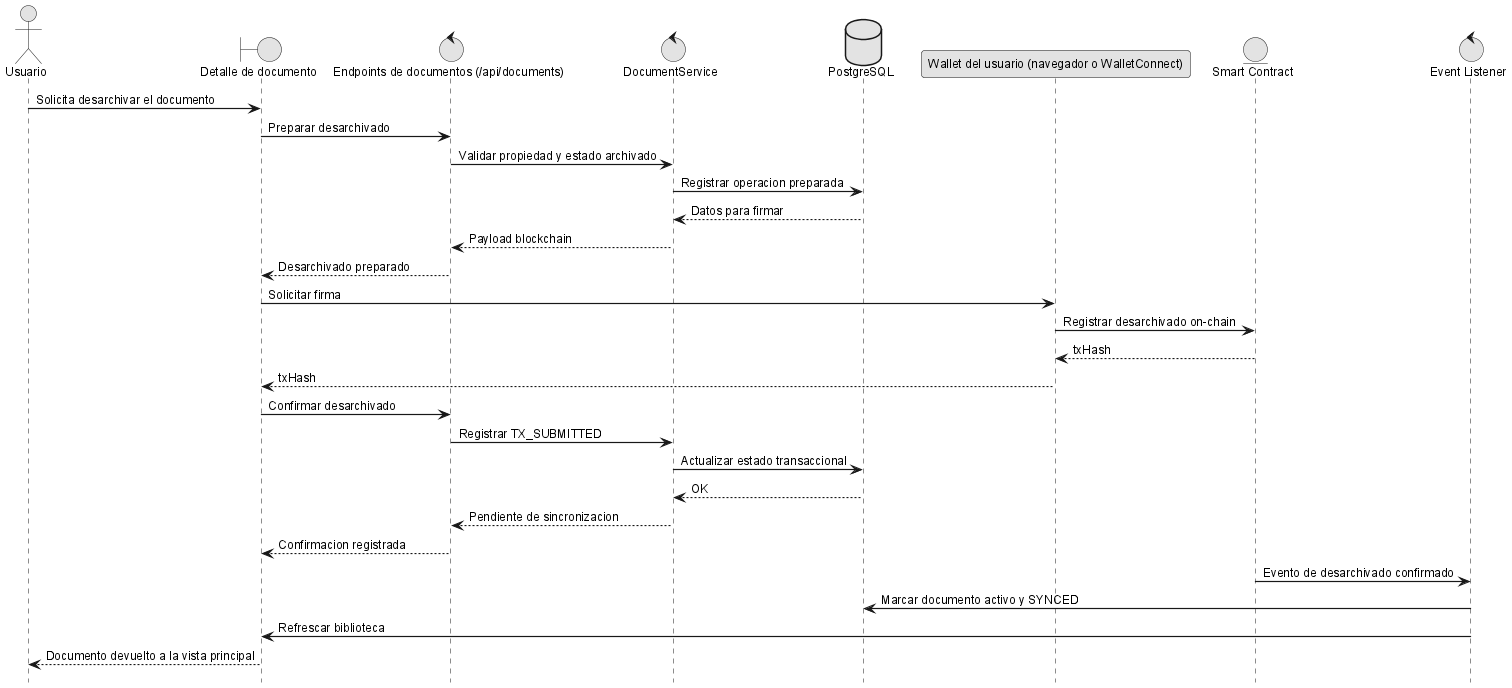
Before: anexos/diagramas/seq-unarchive.png, a diagram exported from PlantUML (ErDeivih/DocumentChain).
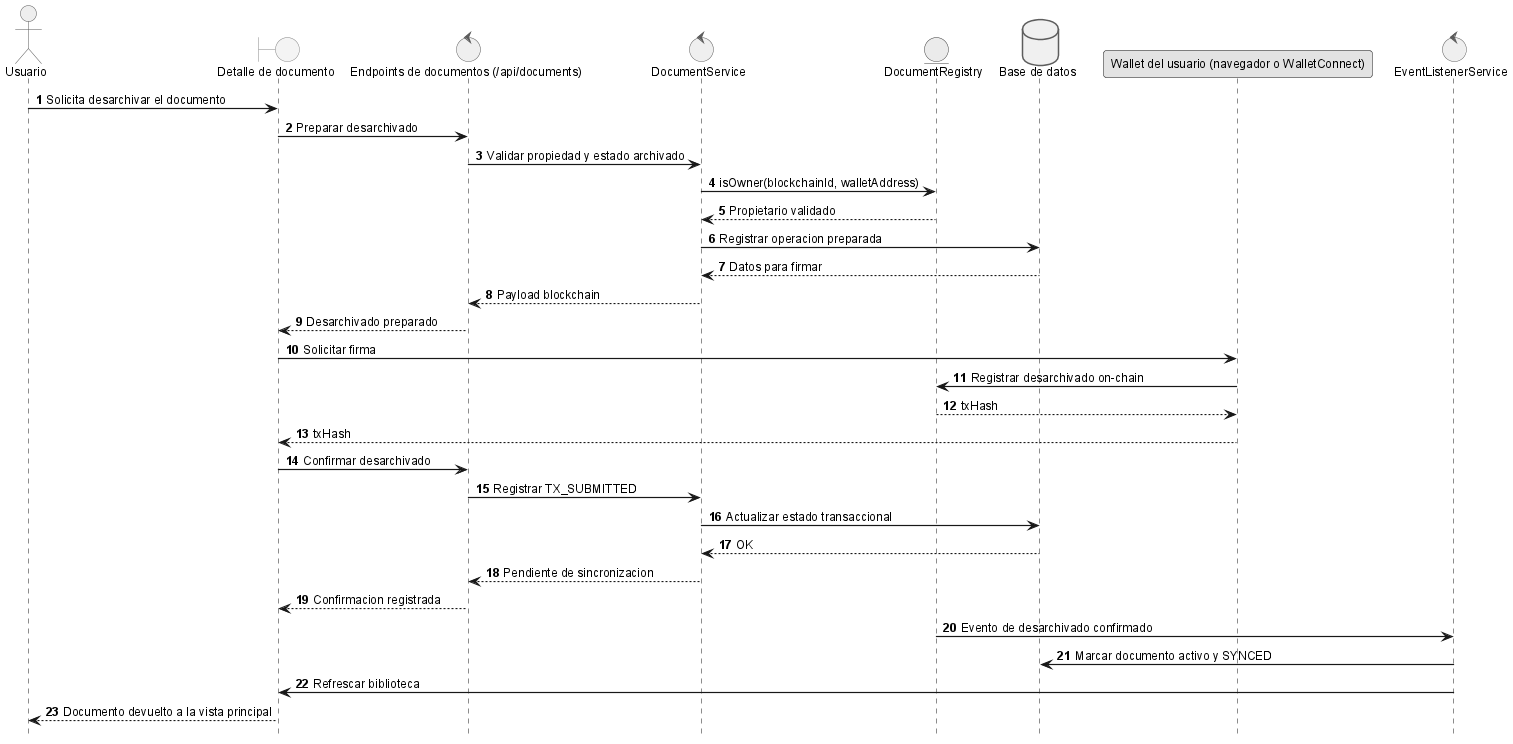
The same file after the commit.

Change to the diagram source:
```diff
@@ -4,14 +4,16 @@
 boundary "Detalle de documento" as ui
 control "Endpoints de documentos (/api/documents)" as api
 control "DocumentService" as srv
-database "PostgreSQL" as db
+entity "DocumentRegistry" as sc
+database "Base de datos" as db
 participant "Wallet del usuario (navegador o WalletConnect)" as wallet
-entity "Smart Contract" as sc
-control "Event Listener" as listener
+control "EventListenerService" as listener
 
 user -> ui: Solicita desarchivar el documento
 ui -> api: Preparar desarchivado
 api -> srv: Validar propiedad y estado archivado
+srv -> sc: isOwner(blockchainId, walletAddress)
+sc --> srv: Propietario validado
 srv -> db: Registrar operacion preparada
 db --> srv: Datos para firmar
 srv --> api: Payload blockchain
```
